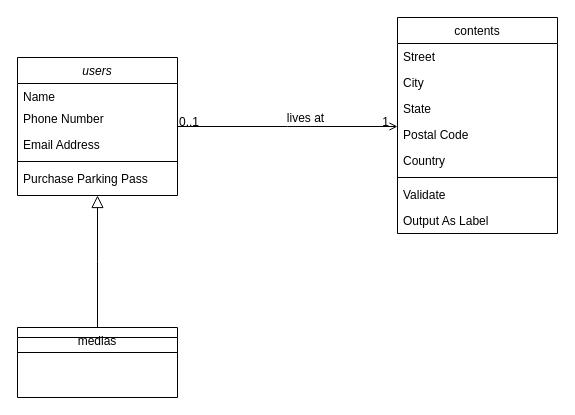
Earlier version of the draw.io diagram azure_project.drawio (fadjoker13/Azure_project). Source tidied: cells renumbered, new cells numbered last; positions are measured from the earlier drawing's top-left corner, leaving out a move shared by most shapes. Both pictures are drawn from the tidied source at 100%, with x=0, y=0 at pixel (17, 17).
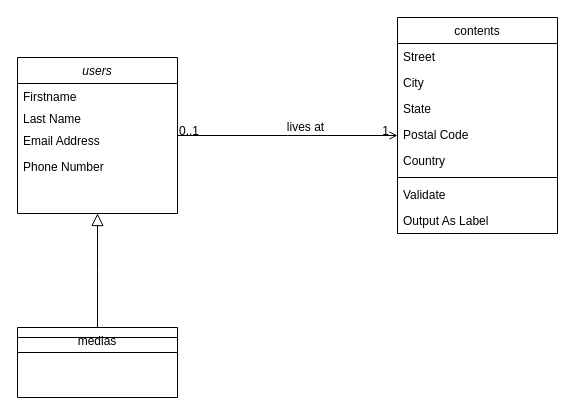
After the change.

The edit, as a diff of the source:
```diff
@@
     <mxCell id="2" value="users" style="swimlane;fontStyle=2;align=center;verticalAlign=top;horizontal=1;startSize=26;rounded=0;shadow=0;strokeWidth=1;" parent="1" vertex="1">
-      <mxGeometry y="40" width="160" height="138" as="geometry" />
+      <mxGeometry y="40" width="160" height="156" as="geometry" />
     </mxCell>
-    <mxCell id="3" value="Name" style="text;align=left;verticalAlign=top;spacingLeft=4;spacingRight=4;overflow=hidden;" parent="2" vertex="1">
+    <mxCell id="3" value="Firstname" style="text;align=left;verticalAlign=top;spacingLeft=4;spacingRight=4;overflow=hidden;" parent="2" vertex="1">
       <mxGeometry y="26" width="160" height="22" as="geometry" />
     </mxCell>
+    <mxCell id="24" value="Last Name" style="text;align=left;verticalAlign=top;spacingLeft=4;spacingRight=4;overflow=hidden;" parent="2" vertex="1">
+      <mxGeometry y="48" width="160" height="22" as="geometry" />
+    </mxCell>
+    <mxCell id="5" value="Email Address" style="text;align=left;verticalAlign=top;spacingLeft=4;spacingRight=4;overflow=hidden;rounded=0;shadow=0;html=0;" parent="2" vertex="1">
+      <mxGeometry y="70" width="160" height="26" as="geometry" />
+    </mxCell>
     <mxCell id="4" value="Phone Number" style="text;align=left;verticalAlign=top;spacingLeft=4;spacingRight=4;overflow=hidden;rounded=0;shadow=0;html=0;" parent="2" vertex="1">
-      <mxGeometry y="48" width="160" height="26" as="geometry" />
+      <mxGeometry y="96" width="160" height="26" as="geometry" />
     </mxCell>
-    <mxCell id="5" value="Email Address" style="text;align=left;verticalAlign=top;spacingLeft=4;spacingRight=4;overflow=hidden;rounded=0;shadow=0;html=0;" parent="2" vertex="1">
-      <mxGeometry y="74" width="160" height="26" as="geometry" />
-    </mxCell>
-    <mxCell id="6" style="line;html=1;strokeWidth=1;align=left;verticalAlign=middle;spacingTop=-1;spacingLeft=3;spacingRight=3;labelPosition=right;" parent="2" vertex="1">
-      <mxGeometry y="100" width="160" height="8" as="geometry" />
-    </mxCell>
-    <mxCell id="7" value="Purchase Parking Pass" style="text;align=left;verticalAlign=top;spacingLeft=4;spacingRight=4;overflow=hidden;" parent="2" vertex="1">
-      <mxGeometry y="108" width="160" height="26" as="geometry" />
-    </mxCell>
```
